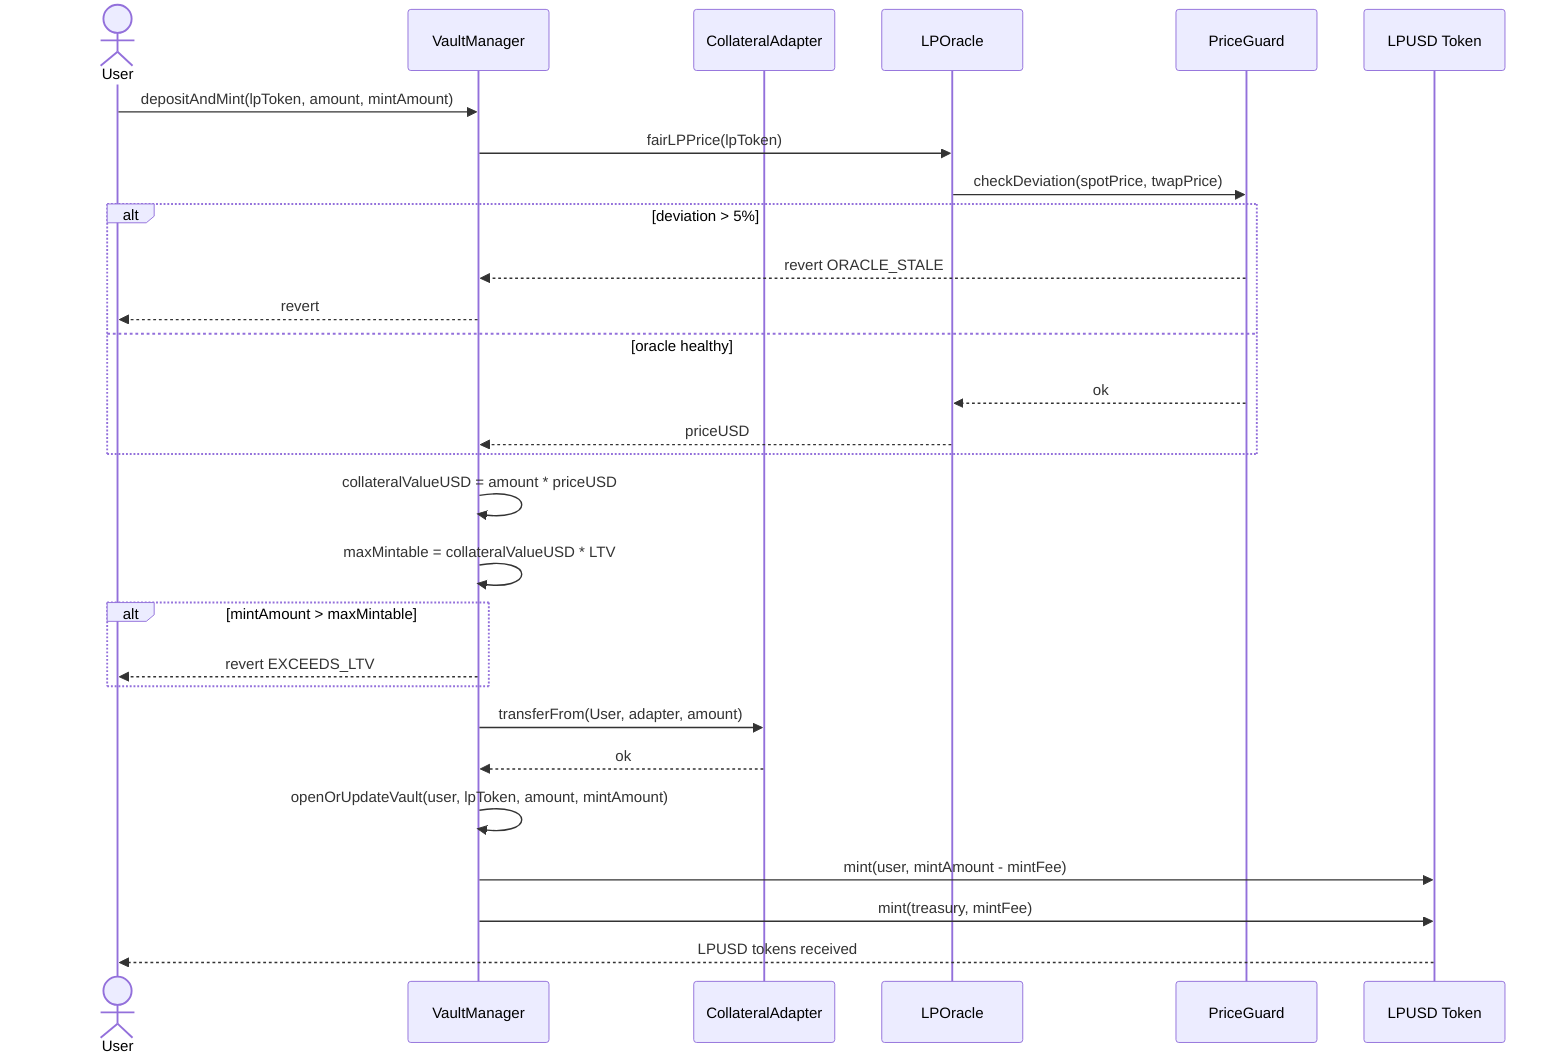
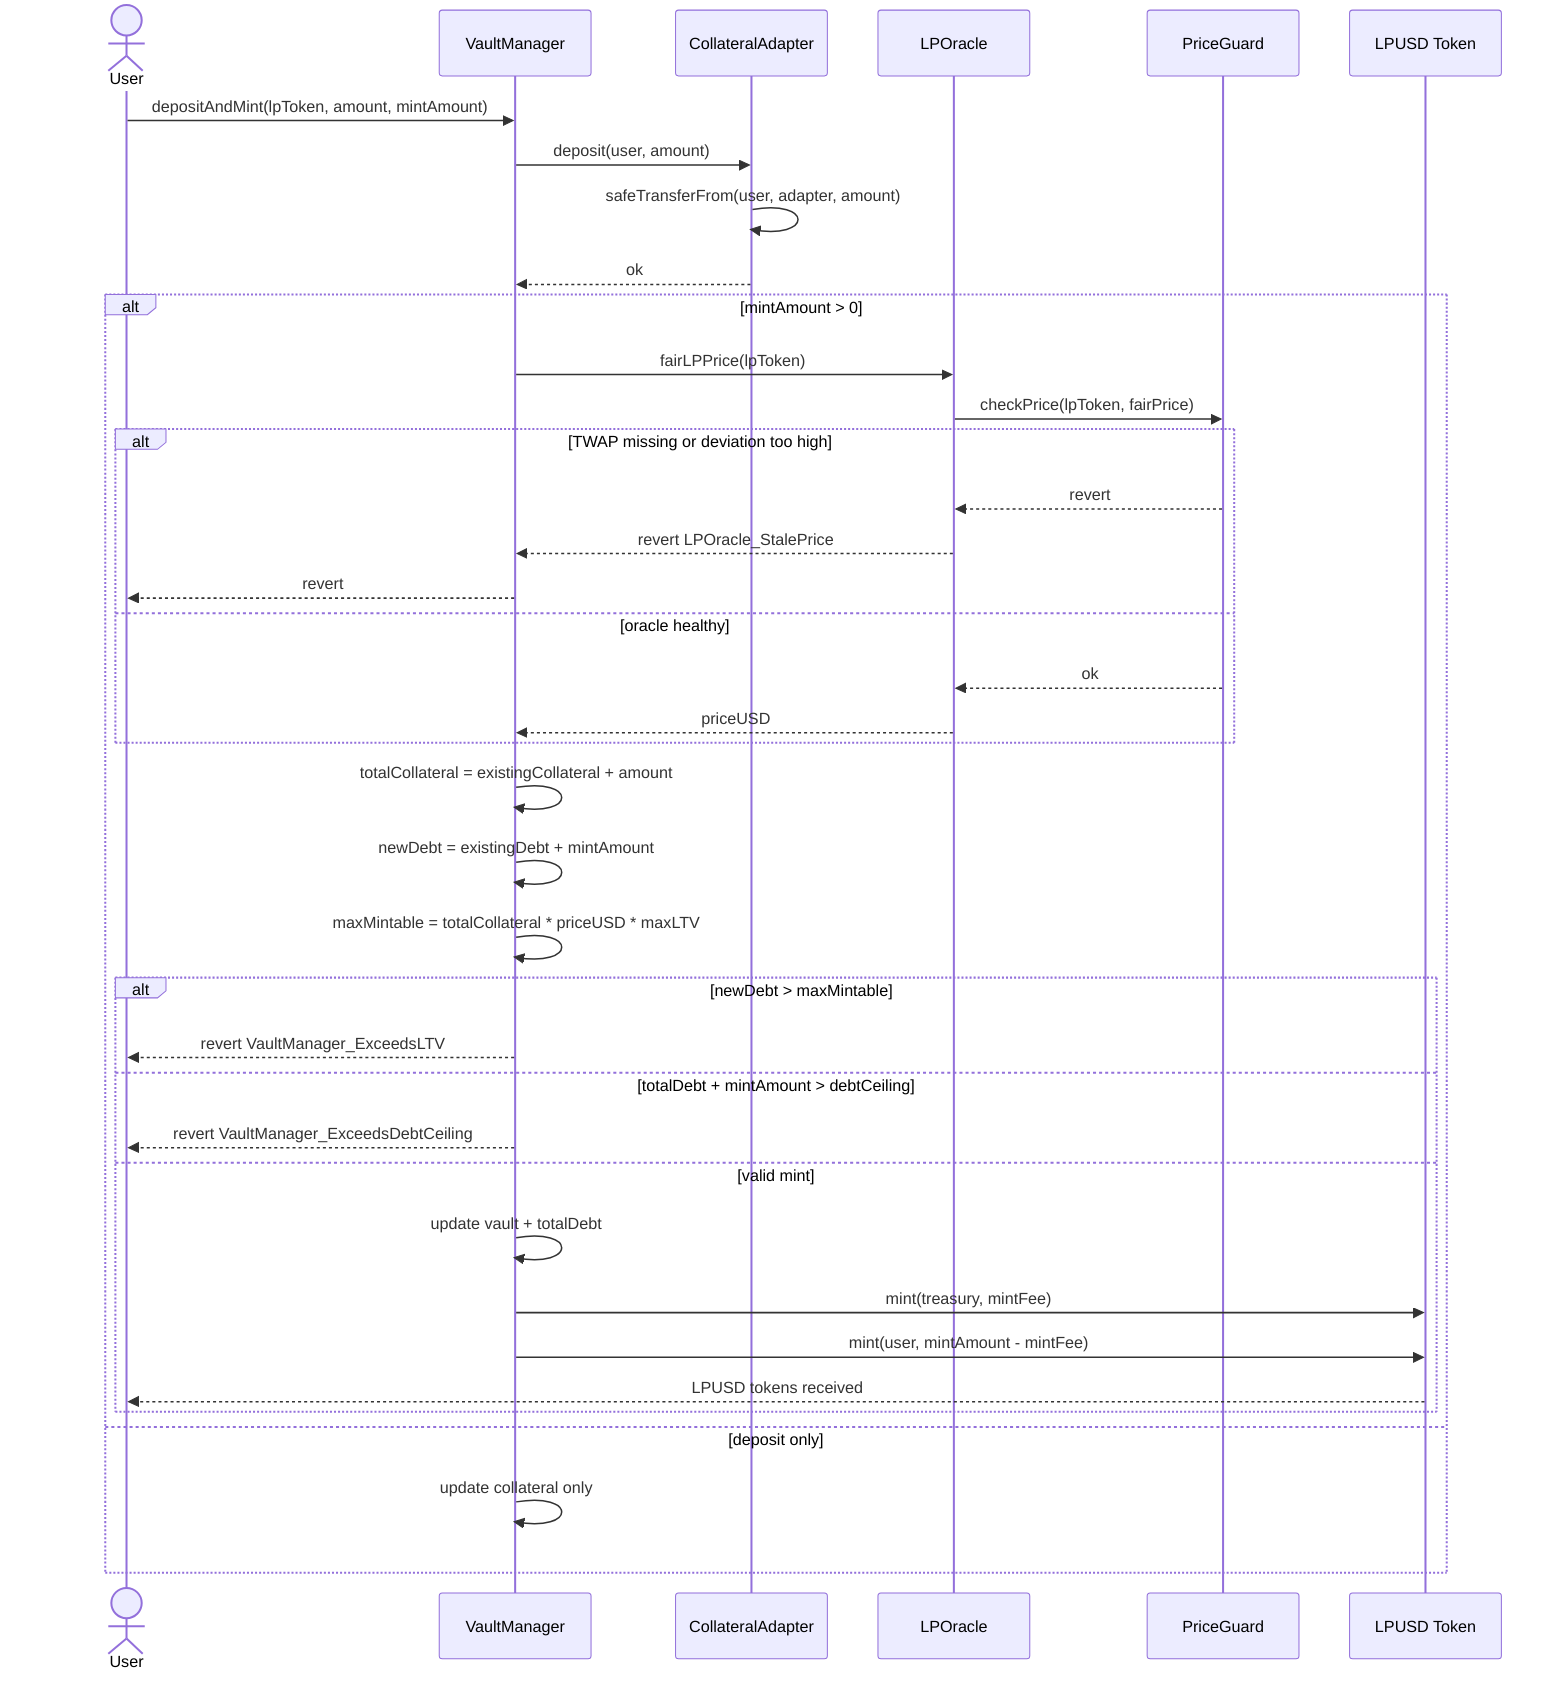
sequenceDiagram
    actor User
    participant VM as VaultManager
    participant CA as CollateralAdapter
    participant Oracle as LPOracle
    participant PG as PriceGuard
    participant LPUSD as LPUSD Token

    User->>VM: depositAndMint(lpToken, amount, mintAmount)
-     VM->>Oracle: fairLPPrice(lpToken)
-     Oracle->>PG: checkDeviation(spotPrice, twapPrice)
-     alt deviation > 5%
-         PG-->>VM: revert ORACLE_STALE
-         VM-->>User: revert
-     else oracle healthy
-         PG-->>Oracle: ok
-         Oracle-->>VM: priceUSD
-     end
-     VM->>VM: collateralValueUSD = amount * priceUSD
-     VM->>VM: maxMintable = collateralValueUSD * LTV
-     alt mintAmount > maxMintable
-         VM-->>User: revert EXCEEDS_LTV
-     end
-     VM->>CA: transferFrom(User, adapter, amount)
+     VM->>CA: deposit(user, amount)
+     CA->>CA: safeTransferFrom(user, adapter, amount)
    CA-->>VM: ok
-     VM->>VM: openOrUpdateVault(user, lpToken, amount, mintAmount)
-     VM->>LPUSD: mint(user, mintAmount - mintFee)
-     VM->>LPUSD: mint(treasury, mintFee)
-     LPUSD-->>User: LPUSD tokens received+     alt mintAmount > 0
+         VM->>Oracle: fairLPPrice(lpToken)
+         Oracle->>PG: checkPrice(lpToken, fairPrice)
+         alt TWAP missing or deviation too high
+             PG-->>Oracle: revert
+             Oracle-->>VM: revert LPOracle_StalePrice
+             VM-->>User: revert
+         else oracle healthy
+             PG-->>Oracle: ok
+             Oracle-->>VM: priceUSD
+         end
+         VM->>VM: totalCollateral = existingCollateral + amount
+         VM->>VM: newDebt = existingDebt + mintAmount
+         VM->>VM: maxMintable = totalCollateral * priceUSD * maxLTV
+         alt newDebt > maxMintable
+             VM-->>User: revert VaultManager_ExceedsLTV
+         else totalDebt + mintAmount > debtCeiling
+             VM-->>User: revert VaultManager_ExceedsDebtCeiling
+         else valid mint
+             VM->>VM: update vault + totalDebt
+             VM->>LPUSD: mint(treasury, mintFee)
+             VM->>LPUSD: mint(user, mintAmount - mintFee)
+             LPUSD-->>User: LPUSD tokens received
+         end
+     else deposit only
+         VM->>VM: update collateral only
+     end